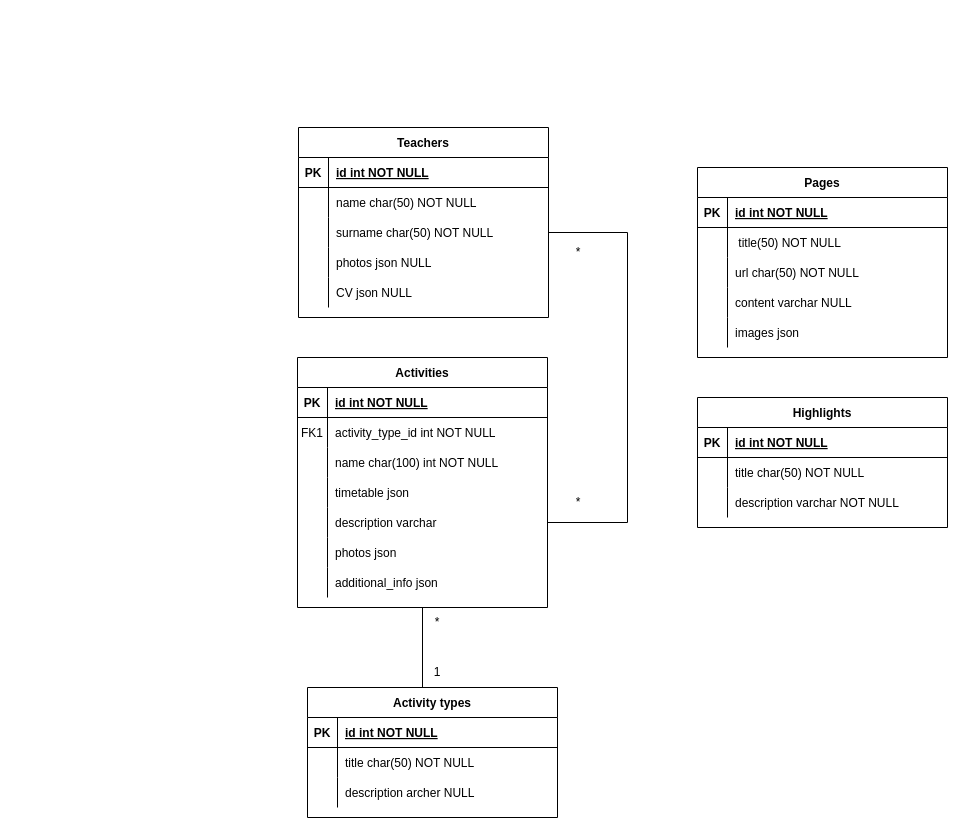
Earlier version of the draw.io diagram Диаграмма без названия.drawio (NakatoTeshika/Hypermedia-ERD). Source tidied: cells renumbered, new cells numbered last; positions are measured from the earlier drawing's top-left corner, leaving out a move shared by most shapes. Both pictures are drawn from the tidied source at 100%, with x=0, y=0 at pixel (297, 127).
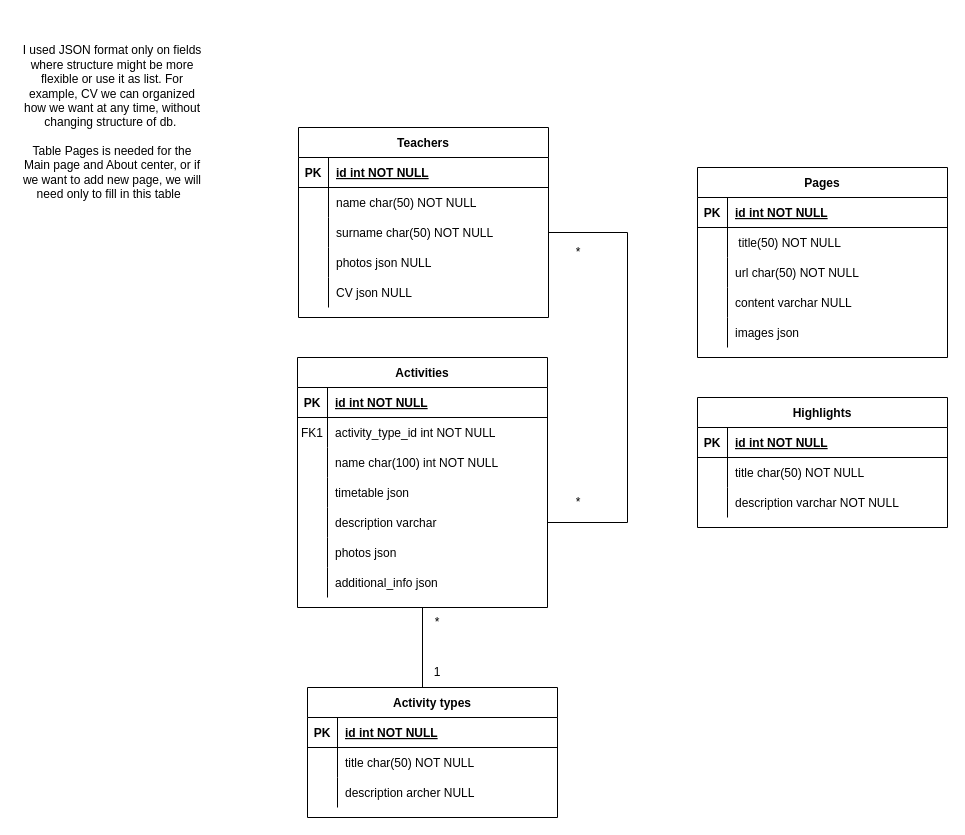
Above is the later version.

Diff of the diagram source:
```diff
@@
+    <mxCell id="82" value="I used JSON format only on fields where structure might be more flexible or use it as list. For example, CV we can organized how we want at any time, without changing structure of db.&amp;nbsp;&lt;div&gt;&lt;br&gt;&lt;/div&gt;&lt;div&gt;Table Pages is needed for the Main page and About center, or if we want to add new page, we will need only to fill in this table &amp;nbsp;&lt;/div&gt;" style="text;html=1;align=center;verticalAlign=middle;whiteSpace=wrap;rounded=0;" parent="1" vertex="1">
+      <mxGeometry x="-280" y="-110" width="190" height="210" as="geometry" />
+    </mxCell>
```
